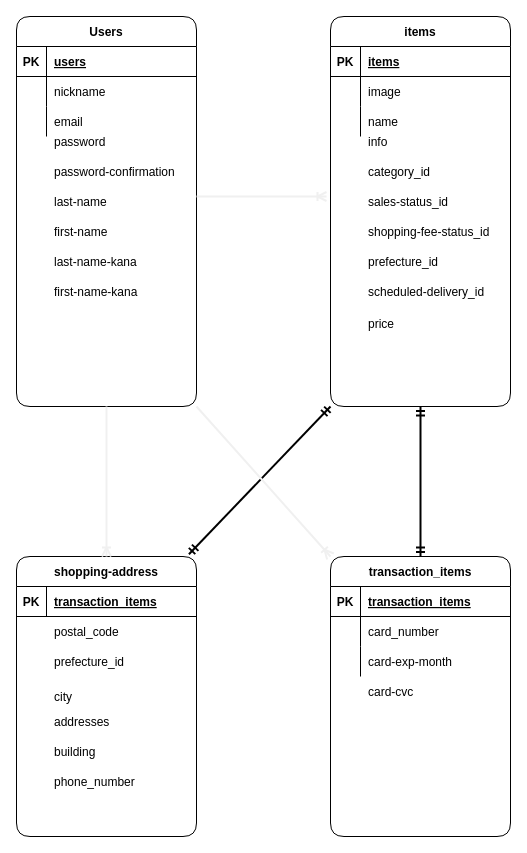
Before: test.dio in yuki5546/furima-32369, a draw.io diagram. Source tidied: cells renumbered, new cells numbered last; positions are measured from the earlier drawing's top-left corner, leaving out a move shared by most shapes. Both pictures are drawn from the tidied source at 100%, with x=0, y=0 at pixel (16, 16).
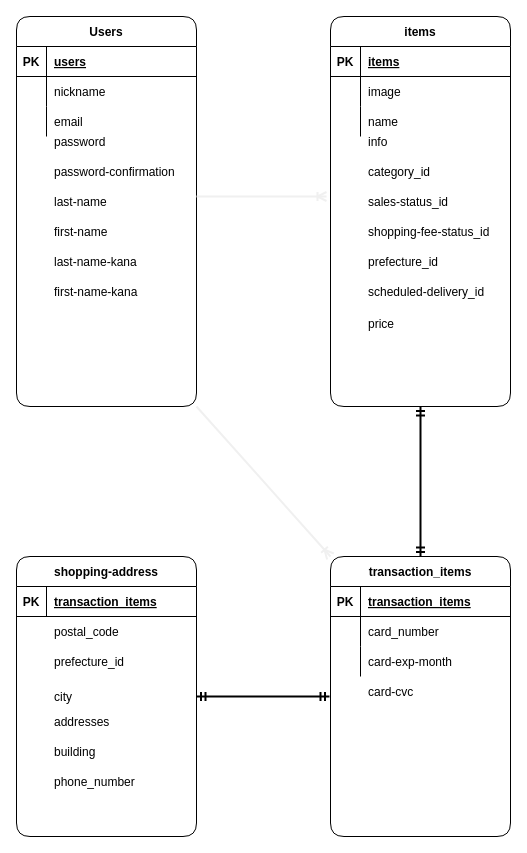
The same page after the edit.

Commit message (it also covers changes not shown here):
データベース設計＃４

The change refers to these unchanged cells:
```xml
<mxCell id="2" value="Users" style="shape=table;startSize=30;childLayout=tableLayout;rowLines=0;fontStyle=1;align=center;rounded=1;" parent="1" vertex="1">
  <mxGeometry width="180" height="390" as="geometry" />
</mxCell>
<mxCell id="18" value="items" style="shape=table;startSize=30;childLayout=tableLayout;rowLines=0;fontStyle=1;align=center;rounded=1;" parent="1" vertex="1">
  <mxGeometry x="314" width="180" height="390" as="geometry" />
</mxCell>
<mxCell id="47" value="shopping-address" style="shape=table;startSize=30;childLayout=tableLayout;rowLines=0;fontStyle=1;align=center;rounded=1;" parent="1" vertex="1">
  <mxGeometry y="540" width="180" height="280" as="geometry" />
</mxCell>
```

Diff of the diagram source:
```diff
@@
-    <mxCell id="58" style="fontSize=12;html=1;endArrow=ERmandOne;startArrow=ERmandOne;strokeWidth=2;entryX=0;entryY=1;entryDx=0;entryDy=0;exitX=0.958;exitY=-0.008;exitDx=0;exitDy=0;exitPerimeter=0;" parent="1" edge="1" source="47" target="18">
-      <mxGeometry relative="1" as="geometry" />
-    </mxCell>
-    <mxCell id="59" style="fontSize=12;html=1;endArrow=ERoneToMany;strokeWidth=2;strokeColor=#F0F0F0;entryX=0.5;entryY=0;entryDx=0;entryDy=0;exitX=0.5;exitY=1;exitDx=0;exitDy=0;" parent="1" edge="1" source="2" target="47">
-      <mxGeometry relative="1" as="geometry">
-        <Array as="points">
-          <mxPoint x="90" y="450" />
-        </Array>
-      </mxGeometry>
-    </mxCell>
@@
+    <mxCell id="61" style="fontSize=12;html=1;endArrow=ERmandOne;startArrow=ERmandOne;strokeWidth=2;" parent="1" edge="1">
+      <mxGeometry relative="1" as="geometry">
+        <mxPoint x="180" y="680" as="sourcePoint" />
+        <mxPoint x="313" y="680" as="targetPoint" />
+      </mxGeometry>
+    </mxCell>
```
